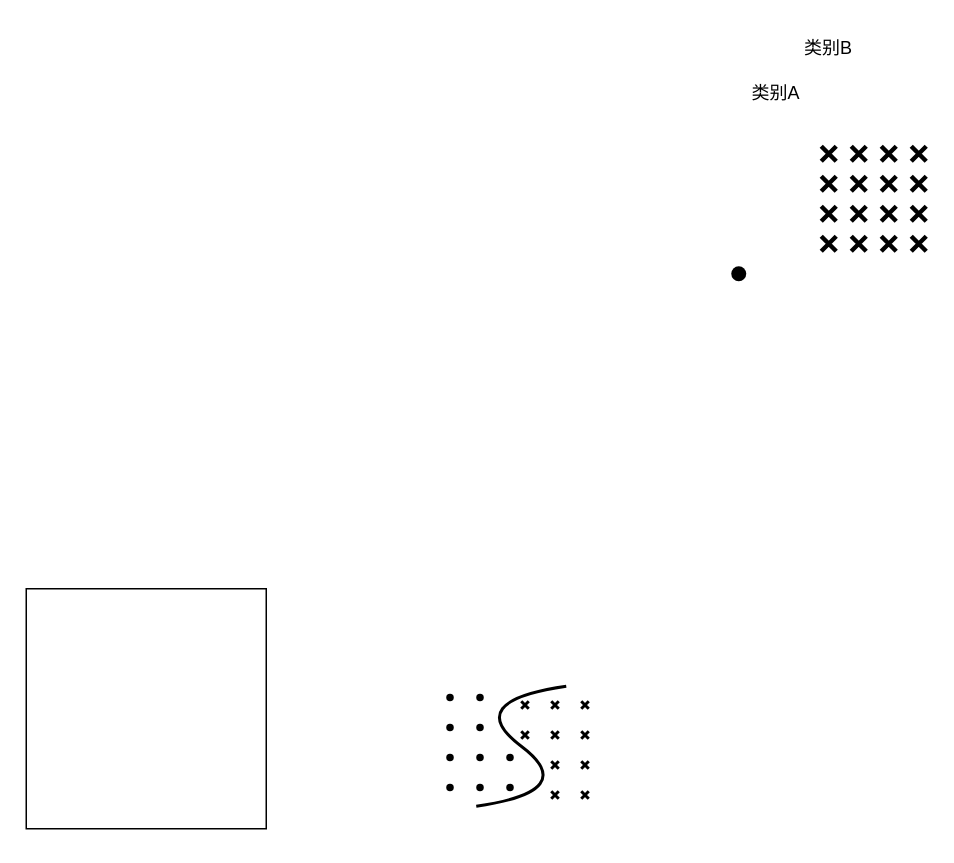
Before: 毕业论文1-1.drawio in weyg0/Diagrams, a draw.io diagram. Source tidied: cells renumbered, new cells numbered last; positions are measured from the earlier drawing's top-left corner, leaving out a move shared by most shapes. Both pictures are drawn from the tidied source at 150%, with x=0, y=0 at pixel (26, 26).
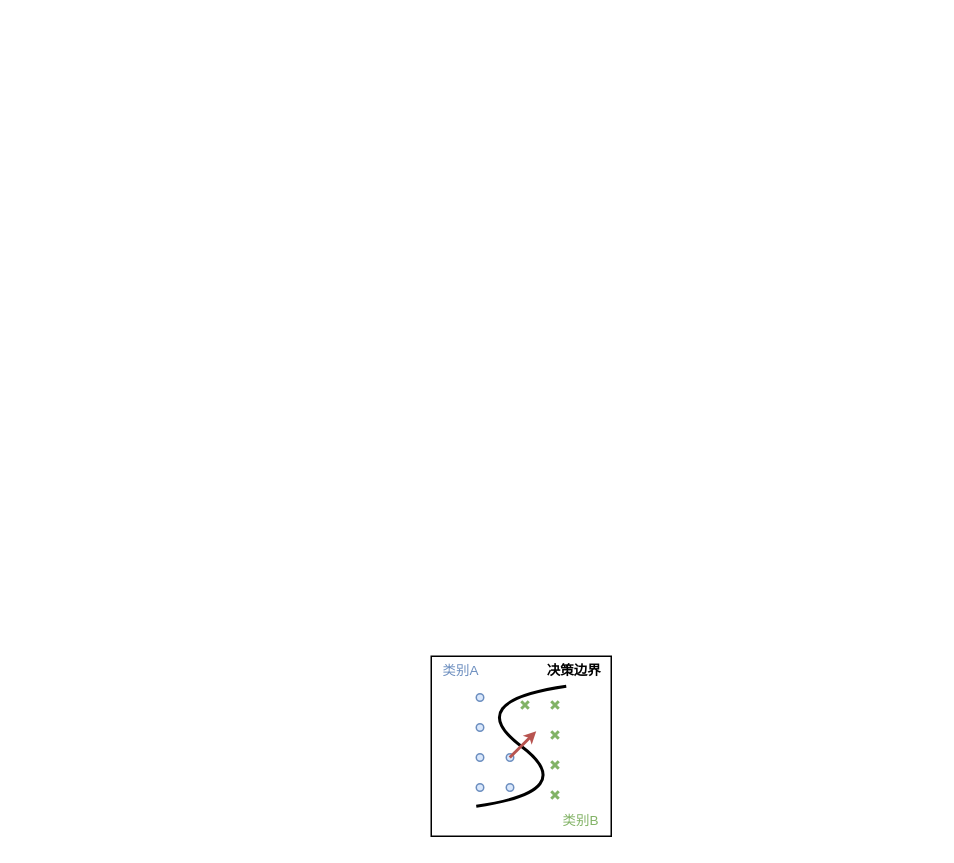
The same diagram, later.

Commit message (it also covers changes not shown here):
更新毕业论文1-1.drawio

Diff of the diagram source:
```diff
@@
     <mxCell id="2" style="rounded=0;whiteSpace=wrap;html=1;fillColor=none;" parent="1" vertex="1">
-      <mxGeometry y="375" width="160" height="160" as="geometry" />
+      <mxGeometry x="270" y="420" width="120" height="120" as="geometry" />
     </mxCell>
-    <mxCell id="3" value="类别A" style="text;html=1;align=center;verticalAlign=middle;whiteSpace=wrap;rounded=0;" parent="1" vertex="1">
-      <mxGeometry x="470" y="30" width="60" height="30" as="geometry" />
+    <mxCell id="3" value="类别A" style="text;html=1;align=center;verticalAlign=middle;whiteSpace=wrap;rounded=0;fontSize=9;fontColor=#6C8EBF;labelBackgroundColor=default;" parent="1" vertex="1">
+      <mxGeometry x="270" y="420" width="40" height="20" as="geometry" />
     </mxCell>
-    <mxCell id="4" value="类别B" style="text;html=1;align=center;verticalAlign=middle;whiteSpace=wrap;rounded=0;" parent="1" vertex="1">
-      <mxGeometry x="505" width="60" height="30" as="geometry" />
+    <mxCell id="4" value="类别B" style="text;html=1;align=center;verticalAlign=middle;whiteSpace=wrap;rounded=0;fontSize=9;fontColor=#82B366;" parent="1" vertex="1">
+      <mxGeometry x="350" y="520" width="40" height="20" as="geometry" />
     </mxCell>
-    <mxCell id="5" style="shape=umlDestroy;whiteSpace=wrap;html=1;strokeWidth=3;targetShapes=umlLifeline;" parent="1" vertex="1">
-      <mxGeometry x="530" y="80" width="10" height="10" as="geometry" />
-    </mxCell>
-    <mxCell id="6" style="shape=ellipse;fillColor=#000000;strokeColor=none;html=1;sketch=0;" parent="1" vertex="1">
-      <mxGeometry x="470" y="160" width="10" height="10" as="geometry" />
-    </mxCell>
-    <mxCell id="7" style="shape=umlDestroy;whiteSpace=wrap;html=1;strokeWidth=3;targetShapes=umlLifeline;" parent="1" vertex="1">
-      <mxGeometry x="550" y="80" width="10" height="10" as="geometry" />
-    </mxCell>
-    <mxCell id="8" style="shape=umlDestroy;whiteSpace=wrap;html=1;strokeWidth=3;targetShapes=umlLifeline;" parent="1" vertex="1">
-      <mxGeometry x="570" y="80" width="10" height="10" as="geometry" />
-    </mxCell>
-    <mxCell id="9" style="shape=umlDestroy;whiteSpace=wrap;html=1;strokeWidth=3;targetShapes=umlLifeline;" parent="1" vertex="1">
-      <mxGeometry x="590" y="80" width="10" height="10" as="geometry" />
-    </mxCell>
-    <mxCell id="10" style="shape=umlDestroy;whiteSpace=wrap;html=1;strokeWidth=3;targetShapes=umlLifeline;" parent="1" vertex="1">
-      <mxGeometry x="530" y="100" width="10" height="10" as="geometry" />
-    </mxCell>
-    <mxCell id="11" style="shape=umlDestroy;whiteSpace=wrap;html=1;strokeWidth=3;targetShapes=umlLifeline;" parent="1" vertex="1">
-      <mxGeometry x="550" y="100" width="10" height="10" as="geometry" />
-    </mxCell>
-    <mxCell id="12" style="shape=umlDestroy;whiteSpace=wrap;html=1;strokeWidth=3;targetShapes=umlLifeline;" parent="1" vertex="1">
-      <mxGeometry x="570" y="100" width="10" height="10" as="geometry" />
-    </mxCell>
-    <mxCell id="13" style="shape=umlDestroy;whiteSpace=wrap;html=1;strokeWidth=3;targetShapes=umlLifeline;" parent="1" vertex="1">
-      <mxGeometry x="590" y="100" width="10" height="10" as="geometry" />
-    </mxCell>
-    <mxCell id="14" style="shape=umlDestroy;whiteSpace=wrap;html=1;strokeWidth=3;targetShapes=umlLifeline;" parent="1" vertex="1">
-      <mxGeometry x="530" y="120" width="10" height="10" as="geometry" />
-    </mxCell>
-    <mxCell id="15" style="shape=umlDestroy;whiteSpace=wrap;html=1;strokeWidth=3;targetShapes=umlLifeline;" parent="1" vertex="1">
-      <mxGeometry x="550" y="120" width="10" height="10" as="geometry" />
-    </mxCell>
-    <mxCell id="16" style="shape=umlDestroy;whiteSpace=wrap;html=1;strokeWidth=3;targetShapes=umlLifeline;" parent="1" vertex="1">
-      <mxGeometry x="570" y="120" width="10" height="10" as="geometry" />
-    </mxCell>
-    <mxCell id="17" style="shape=umlDestroy;whiteSpace=wrap;html=1;strokeWidth=3;targetShapes=umlLifeline;" parent="1" vertex="1">
-      <mxGeometry x="590" y="120" width="10" height="10" as="geometry" />
-    </mxCell>
-    <mxCell id="18" style="shape=umlDestroy;whiteSpace=wrap;html=1;strokeWidth=3;targetShapes=umlLifeline;" parent="1" vertex="1">
-      <mxGeometry x="530" y="140" width="10" height="10" as="geometry" />
-    </mxCell>
-    <mxCell id="19" style="shape=umlDestroy;whiteSpace=wrap;html=1;strokeWidth=3;targetShapes=umlLifeline;" parent="1" vertex="1">
-      <mxGeometry x="550" y="140" width="10" height="10" as="geometry" />
-    </mxCell>
-    <mxCell id="20" style="shape=umlDestroy;whiteSpace=wrap;html=1;strokeWidth=3;targetShapes=umlLifeline;" parent="1" vertex="1">
-      <mxGeometry x="570" y="140" width="10" height="10" as="geometry" />
-    </mxCell>
-    <mxCell id="21" style="shape=umlDestroy;whiteSpace=wrap;html=1;strokeWidth=3;targetShapes=umlLifeline;" parent="1" vertex="1">
-      <mxGeometry x="590" y="140" width="10" height="10" as="geometry" />
-    </mxCell>
@@
-    <mxCell id="23" style="shape=umlDestroy;whiteSpace=wrap;html=1;strokeWidth=2;targetShapes=umlLifeline;" parent="1" vertex="1">
+    <mxCell id="23" style="shape=umlDestroy;whiteSpace=wrap;html=1;strokeWidth=2;targetShapes=umlLifeline;fillColor=#d5e8d4;strokeColor=#82b366;" parent="1" vertex="1">
       <mxGeometry x="350" y="490" width="5" height="5" as="geometry" />
     </mxCell>
-    <mxCell id="24" style="shape=umlDestroy;whiteSpace=wrap;html=1;strokeWidth=2;targetShapes=umlLifeline;" parent="1" vertex="1">
+    <mxCell id="24" style="shape=umlDestroy;whiteSpace=wrap;html=1;strokeWidth=2;targetShapes=umlLifeline;shadow=0;fillColor=#d5e8d4;strokeColor=#82b366;" parent="1" vertex="1">
       <mxGeometry x="350" y="470" width="5" height="5" as="geometry" />
     </mxCell>
-    <mxCell id="25" style="shape=umlDestroy;whiteSpace=wrap;html=1;strokeWidth=2;targetShapes=umlLifeline;" parent="1" vertex="1">
+    <mxCell id="25" style="shape=umlDestroy;whiteSpace=wrap;html=1;strokeWidth=2;targetShapes=umlLifeline;fillColor=#d5e8d4;strokeColor=#82b366;" parent="1" vertex="1">
       <mxGeometry x="350" y="450" width="5" height="5" as="geometry" />
     </mxCell>
-    <mxCell id="26" style="shape=umlDestroy;whiteSpace=wrap;html=1;strokeWidth=2;targetShapes=umlLifeline;" parent="1" vertex="1">
-      <mxGeometry x="370" y="470" width="5" height="5" as="geometry" />
-    </mxCell>
-    <mxCell id="27" style="shape=umlDestroy;whiteSpace=wrap;html=1;strokeWidth=2;targetShapes=umlLifeline;" parent="1" vertex="1">
-      <mxGeometry x="370" y="450" width="5" height="5" as="geometry" />
-    </mxCell>
-    <mxCell id="28" style="shape=umlDestroy;whiteSpace=wrap;html=1;strokeWidth=2;targetShapes=umlLifeline;" parent="1" vertex="1">
+    <mxCell id="28" style="shape=umlDestroy;whiteSpace=wrap;html=1;strokeWidth=2;targetShapes=umlLifeline;fillColor=#d5e8d4;strokeColor=#82b366;" parent="1" vertex="1">
       <mxGeometry x="350" y="510" width="5" height="5" as="geometry" />
     </mxCell>
-    <mxCell id="29" style="shape=umlDestroy;whiteSpace=wrap;html=1;strokeWidth=2;targetShapes=umlLifeline;" parent="1" vertex="1">
+    <mxCell id="29" style="shape=umlDestroy;whiteSpace=wrap;html=1;strokeWidth=2;targetShapes=umlLifeline;fillColor=#d5e8d4;strokeColor=#82b366;" parent="1" vertex="1">
       <mxGeometry x="330" y="450" width="5" height="5" as="geometry" />
     </mxCell>
-    <mxCell id="30" style="shape=umlDestroy;whiteSpace=wrap;html=1;strokeWidth=2;targetShapes=umlLifeline;" parent="1" vertex="1">
-      <mxGeometry x="330" y="470" width="5" height="5" as="geometry" />
-    </mxCell>
-    <mxCell id="31" style="shape=umlDestroy;whiteSpace=wrap;html=1;strokeWidth=2;targetShapes=umlLifeline;" parent="1" vertex="1">
-      <mxGeometry x="370" y="490" width="5" height="5" as="geometry" />
-    </mxCell>
-    <mxCell id="32" style="shape=umlDestroy;whiteSpace=wrap;html=1;strokeWidth=2;targetShapes=umlLifeline;" parent="1" vertex="1">
-      <mxGeometry x="370" y="510" width="5" height="5" as="geometry" />
-    </mxCell>
-    <mxCell id="33" style="shape=ellipse;fillColor=#000000;strokeColor=none;html=1;sketch=0;" parent="1" vertex="1">
+    <mxCell id="33" style="shape=ellipse;fillColor=#dae8fc;strokeColor=#6c8ebf;html=1;sketch=0;" parent="1" vertex="1">
       <mxGeometry x="320" y="485" width="5" height="5" as="geometry" />
     </mxCell>
-    <mxCell id="34" style="shape=ellipse;fillColor=#000000;strokeColor=none;html=1;sketch=0;" parent="1" vertex="1">
+    <mxCell id="34" style="shape=ellipse;fillColor=#dae8fc;strokeColor=#6c8ebf;html=1;sketch=0;" parent="1" vertex="1">
       <mxGeometry x="320" y="505" width="5" height="5" as="geometry" />
     </mxCell>
-    <mxCell id="35" style="shape=ellipse;fillColor=#000000;strokeColor=none;html=1;sketch=0;" parent="1" vertex="1">
+    <mxCell id="35" style="shape=ellipse;fillColor=#dae8fc;strokeColor=#6c8ebf;html=1;sketch=0;" parent="1" vertex="1">
       <mxGeometry x="300" y="505" width="5" height="5" as="geometry" />
     </mxCell>
-    <mxCell id="36" style="shape=ellipse;fillColor=#000000;strokeColor=none;html=1;sketch=0;" parent="1" vertex="1">
+    <mxCell id="36" style="shape=ellipse;fillColor=#dae8fc;strokeColor=#6c8ebf;html=1;sketch=0;" parent="1" vertex="1">
       <mxGeometry x="300" y="485" width="5" height="5" as="geometry" />
     </mxCell>
-    <mxCell id="37" style="shape=ellipse;fillColor=#000000;strokeColor=none;html=1;sketch=0;" parent="1" vertex="1">
-      <mxGeometry x="280" y="505" width="5" height="5" as="geometry" />
-    </mxCell>
-    <mxCell id="38" style="shape=ellipse;fillColor=#000000;strokeColor=none;html=1;sketch=0;" parent="1" vertex="1">
+    <mxCell id="38" style="shape=ellipse;fillColor=#dae8fc;strokeColor=#6c8ebf;html=1;sketch=0;" parent="1" vertex="1">
       <mxGeometry x="300" y="465" width="5" height="5" as="geometry" />
     </mxCell>
-    <mxCell id="39" style="shape=ellipse;fillColor=#000000;strokeColor=none;html=1;sketch=0;" parent="1" vertex="1">
-      <mxGeometry x="280" y="465" width="5" height="5" as="geometry" />
-    </mxCell>
-    <mxCell id="40" style="shape=ellipse;fillColor=#000000;strokeColor=none;html=1;sketch=0;" parent="1" vertex="1">
+    <mxCell id="40" style="shape=ellipse;fillColor=#dae8fc;strokeColor=#6c8ebf;html=1;sketch=0;" parent="1" vertex="1">
       <mxGeometry x="300" y="445" width="5" height="5" as="geometry" />
     </mxCell>
-    <mxCell id="41" style="shape=ellipse;fillColor=#000000;strokeColor=none;html=1;sketch=0;" parent="1" vertex="1">
-      <mxGeometry x="280" y="445" width="5" height="5" as="geometry" />
-    </mxCell>
-    <mxCell id="42" style="shape=ellipse;fillColor=#000000;strokeColor=none;html=1;sketch=0;" parent="1" vertex="1">
-      <mxGeometry x="280" y="485" width="5" height="5" as="geometry" />
-    </mxCell>
+    <mxCell id="43" style="endArrow=classic;html=1;rounded=0;fillColor=#f8cecc;strokeColor=#b85450;exitX=0.467;exitY=0.503;exitDx=0;exitDy=0;exitPerimeter=0;endFill=1;endSize=2;strokeWidth=2;" parent="1" edge="1" source="33">
+      <mxGeometry relative="1" as="geometry">
+        <mxPoint x="340" y="470" as="targetPoint" />
+      </mxGeometry>
+    </mxCell>
+    <mxCell id="44" value="决策边界" style="text;html=1;align=center;verticalAlign=middle;strokeColor=none;fillColor=none;fontSize=9;fontStyle=1;" parent="1" vertex="1">
+      <mxGeometry x="335" y="420" width="60" height="20" as="geometry" />
+    </mxCell>
```
